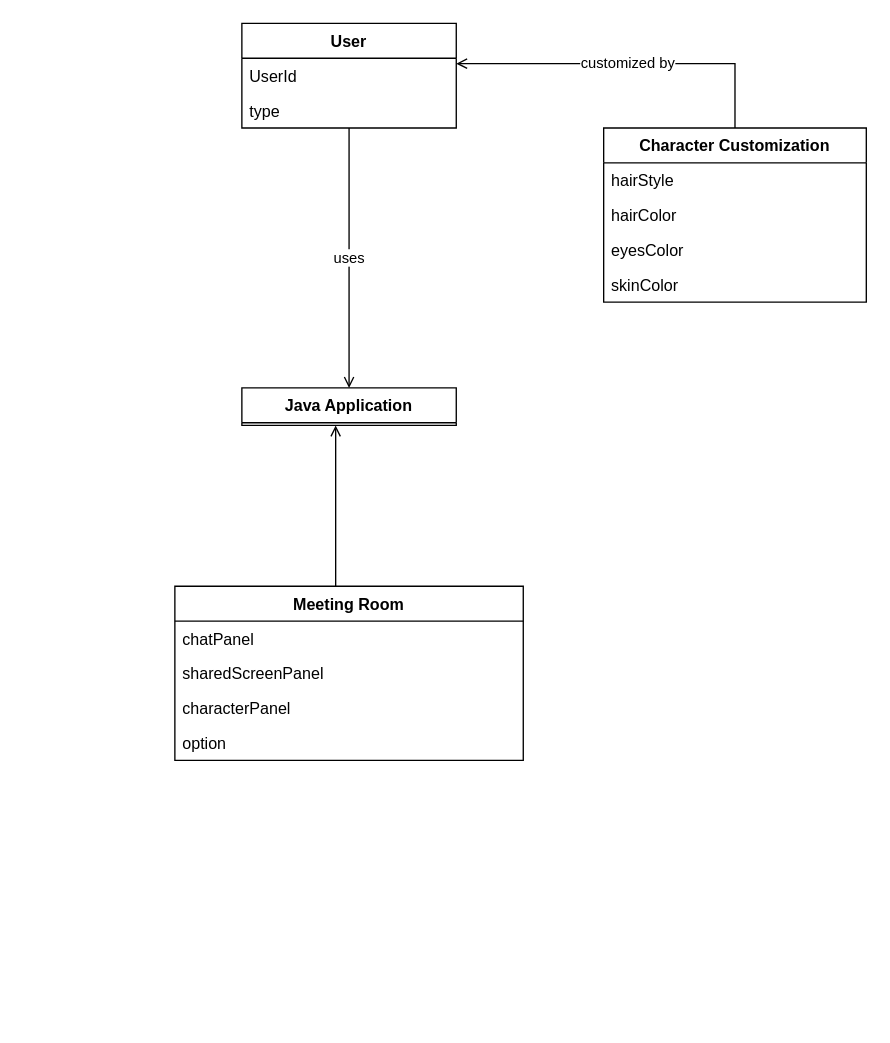
Above: Domain6.drawio in ONFFLine/Diagram (draw.io), before the change. Source tidied: cells renumbered, new cells numbered last; positions are measured from the earlier drawing's top-left corner, leaving out a move shared by most shapes. Both pictures are drawn from the tidied source at 134%, with x=0, y=0 at pixel (174, 23).
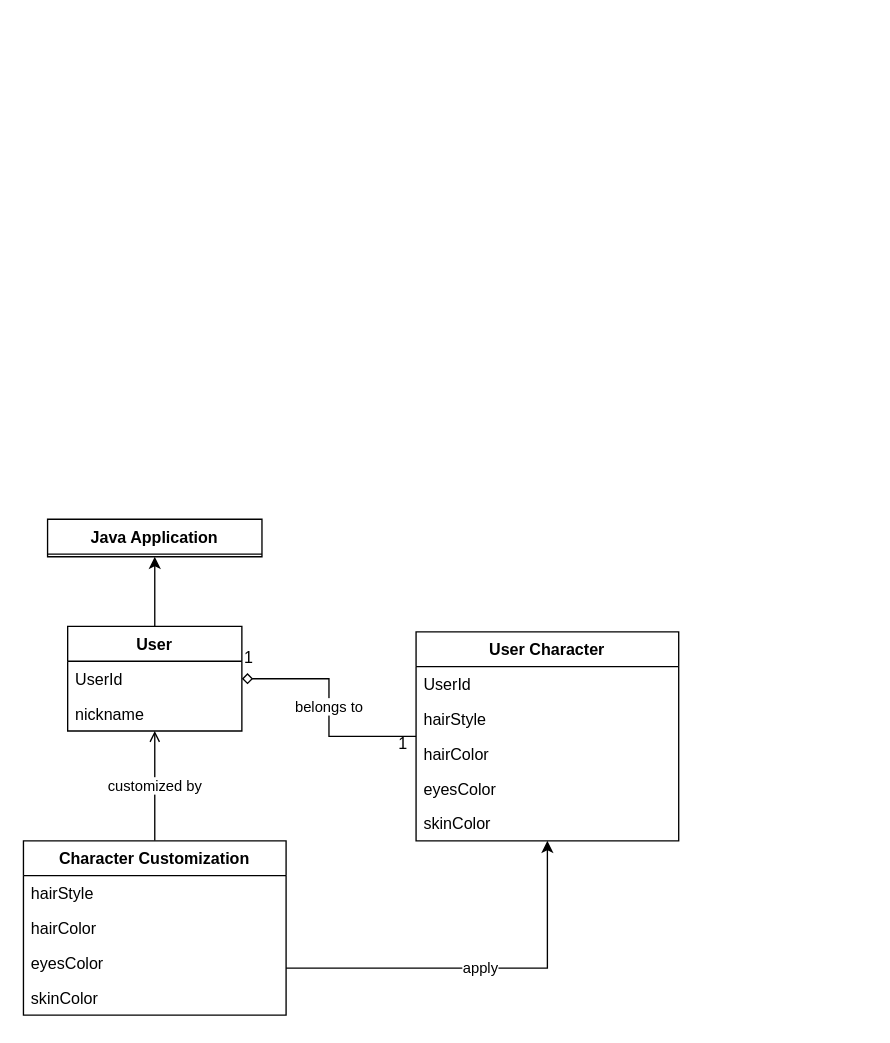
The same page after the edit.

Diff of the diagram source:
```diff
@@
+    <mxCell id="14" value="Java Application" style="swimlane;fontStyle=1;align=center;verticalAlign=top;horizontal=1;startSize=26;" parent="1" vertex="1">
+      <mxGeometry x="-95" y="370" width="160" height="28" as="geometry" />
+    </mxCell>
+    <mxCell id="15" style="edgeStyle=orthogonalEdgeStyle;rounded=0;jettySize=auto;html=1;exitX=0.5;exitY=0;exitDx=0;exitDy=0;" parent="1" edge="1" source="16" target="14">
+      <mxGeometry relative="1" as="geometry" />
+    </mxCell>
+    <mxCell id="16" value="User" style="swimlane;fontStyle=1;align=center;verticalAlign=top;horizontal=1;startSize=26;" parent="1" vertex="1">
+      <mxGeometry x="-80" y="450" width="130" height="78" as="geometry" />
+    </mxCell>
+    <mxCell id="19" value="UserId" style="text;strokeColor=none;fillColor=none;align=left;verticalAlign=top;spacingLeft=4;spacingRight=4;overflow=hidden;" parent="16" vertex="1">
+      <mxGeometry y="26" width="130" height="26" as="geometry" />
+    </mxCell>
+    <mxCell id="20" value="nickname" style="text;strokeColor=none;fillColor=none;align=left;verticalAlign=top;spacingLeft=4;spacingRight=4;overflow=hidden;" parent="16" vertex="1">
+      <mxGeometry y="52" width="130" height="26" as="geometry" />
+    </mxCell>
     <mxCell id="2" value="customized by" style="edgeStyle=orthogonalEdgeStyle;rounded=0;jettySize=auto;html=1;endArrow=open;endFill=0;" parent="1" edge="1" source="3" target="16">
       <mxGeometry relative="1" as="geometry">
         <Array as="points">
-          <mxPoint x="418" y="30" />
+          <mxPoint x="-15" y="590" />
+          <mxPoint x="-15" y="590" />
         </Array>
       </mxGeometry>
     </mxCell>
+    <mxCell id="21" value="apply" style="edgeStyle=orthogonalEdgeStyle;rounded=0;jettySize=auto;html=1;" parent="1" edge="1" source="3" target="23">
+      <mxGeometry relative="1" as="geometry">
+        <Array as="points">
+          <mxPoint x="278" y="705" />
+        </Array>
+      </mxGeometry>
+    </mxCell>
     <mxCell id="3" value="Character Customization" style="swimlane;fontStyle=1;align=center;verticalAlign=top;horizontal=1;startSize=26;" parent="1" vertex="1">
-      <mxGeometry x="320" y="78" width="196" height="130" as="geometry" />
+      <mxGeometry x="-113" y="610" width="196" height="130" as="geometry" />
     </mxCell>
@@
-    <mxCell id="8" style="edgeStyle=orthogonalEdgeStyle;rounded=0;jettySize=auto;html=1;endArrow=open;endFill=0;" parent="1" edge="1" source="9" target="14">
-      <mxGeometry relative="1" as="geometry">
-        <Array as="points">
-          <mxPoint x="120" y="360" />
-          <mxPoint x="120" y="360" />
-        </Array>
-      </mxGeometry>
-    </mxCell>
-    <mxCell id="9" value="Meeting Room" style="swimlane;fontStyle=1;align=center;verticalAlign=top;horizontal=1;startSize=26;" parent="1" vertex="1">
-      <mxGeometry y="420" width="260" height="130" as="geometry" />
-    </mxCell>
-    <mxCell id="10" value="chatPanel" style="text;strokeColor=none;fillColor=none;align=left;verticalAlign=top;spacingLeft=4;spacingRight=4;overflow=hidden;" parent="9" vertex="1">
-      <mxGeometry y="26" width="260" height="26" as="geometry" />
-    </mxCell>
-    <mxCell id="11" value="sharedScreenPanel" style="text;strokeColor=none;fillColor=none;align=left;verticalAlign=top;spacingLeft=4;spacingRight=4;overflow=hidden;" parent="9" vertex="1">
-      <mxGeometry y="52" width="260" height="26" as="geometry" />
-    </mxCell>
-    <mxCell id="12" value="characterPanel" style="text;strokeColor=none;fillColor=none;align=left;verticalAlign=top;spacingLeft=4;spacingRight=4;overflow=hidden;" parent="9" vertex="1">
-      <mxGeometry y="78" width="260" height="26" as="geometry" />
-    </mxCell>
-    <mxCell id="13" value="option" style="text;strokeColor=none;fillColor=none;align=left;verticalAlign=top;spacingLeft=4;spacingRight=4;overflow=hidden;" parent="9" vertex="1">
-      <mxGeometry y="104" width="260" height="26" as="geometry" />
-    </mxCell>
-    <mxCell id="14" value="Java Application" style="swimlane;fontStyle=1;align=center;verticalAlign=top;horizontal=1;startSize=26;" parent="1" vertex="1">
-      <mxGeometry x="50" y="272" width="160" height="28" as="geometry" />
-    </mxCell>
-    <mxCell id="15" value="uses" style="edgeStyle=orthogonalEdgeStyle;rounded=0;jettySize=auto;html=1;endArrow=open;endFill=0;" parent="1" edge="1" source="16" target="14">
-      <mxGeometry relative="1" as="geometry">
-        <Array as="points">
-          <mxPoint x="130" y="110" />
-          <mxPoint x="130" y="110" />
-        </Array>
-      </mxGeometry>
-    </mxCell>
-    <mxCell id="16" value="User" style="swimlane;fontStyle=1;align=center;verticalAlign=top;horizontal=1;startSize=26;" parent="1" vertex="1">
-      <mxGeometry x="50" width="160" height="78" as="geometry" />
-    </mxCell>
-    <mxCell id="17" value="UserId" style="text;strokeColor=none;fillColor=none;align=left;verticalAlign=top;spacingLeft=4;spacingRight=4;overflow=hidden;" parent="16" vertex="1">
-      <mxGeometry y="26" width="160" height="26" as="geometry" />
-    </mxCell>
-    <mxCell id="18" value="type" style="text;strokeColor=none;fillColor=none;align=left;verticalAlign=top;spacingLeft=4;spacingRight=4;overflow=hidden;" parent="16" vertex="1">
-      <mxGeometry y="52" width="160" height="26" as="geometry" />
-    </mxCell>
+    <mxCell id="22" value="belongs to" style="edgeStyle=orthogonalEdgeStyle;rounded=0;jettySize=auto;html=1;endArrow=diamond;endFill=0;" parent="1" edge="1" source="23" target="16">
+      <mxGeometry relative="1" as="geometry" />
+    </mxCell>
+    <mxCell id="23" value="User Character" style="swimlane;fontStyle=1;align=center;verticalAlign=top;horizontal=1;startSize=26;" parent="1" vertex="1">
+      <mxGeometry x="180" y="454" width="196" height="156" as="geometry" />
+    </mxCell>
+    <mxCell id="24" value="UserId" style="text;strokeColor=none;fillColor=none;align=left;verticalAlign=top;spacingLeft=4;spacingRight=4;overflow=hidden;" parent="23" vertex="1">
+      <mxGeometry y="26" width="196" height="26" as="geometry" />
+    </mxCell>
+    <mxCell id="25" value="hairStyle" style="text;strokeColor=none;fillColor=none;align=left;verticalAlign=top;spacingLeft=4;spacingRight=4;overflow=hidden;" parent="23" vertex="1">
+      <mxGeometry y="52" width="196" height="26" as="geometry" />
+    </mxCell>
+    <mxCell id="26" value="hairColor" style="text;strokeColor=none;fillColor=none;align=left;verticalAlign=top;spacingLeft=4;spacingRight=4;overflow=hidden;" parent="23" vertex="1">
+      <mxGeometry y="78" width="196" height="26" as="geometry" />
+    </mxCell>
+    <mxCell id="27" value="eyesColor" style="text;strokeColor=none;fillColor=none;align=left;verticalAlign=top;spacingLeft=4;spacingRight=4;overflow=hidden;" parent="23" vertex="1">
+      <mxGeometry y="104" width="196" height="26" as="geometry" />
+    </mxCell>
+    <mxCell id="28" value="skinColor" style="text;strokeColor=none;fillColor=none;align=left;verticalAlign=top;spacingLeft=4;spacingRight=4;overflow=hidden;" parent="23" vertex="1">
+      <mxGeometry y="130" width="196" height="26" as="geometry" />
+    </mxCell>
+    <mxCell id="29" value="1" style="text;html=1;align=center;verticalAlign=middle;strokeColor=none;" parent="1" vertex="1">
+      <mxGeometry x="45" y="464" width="20" height="20" as="geometry" />
+    </mxCell>
+    <mxCell id="30" value="1" style="text;html=1;align=center;verticalAlign=middle;strokeColor=none;" parent="1" vertex="1">
+      <mxGeometry x="160" y="528" width="20" height="20" as="geometry" />
+    </mxCell>
```
